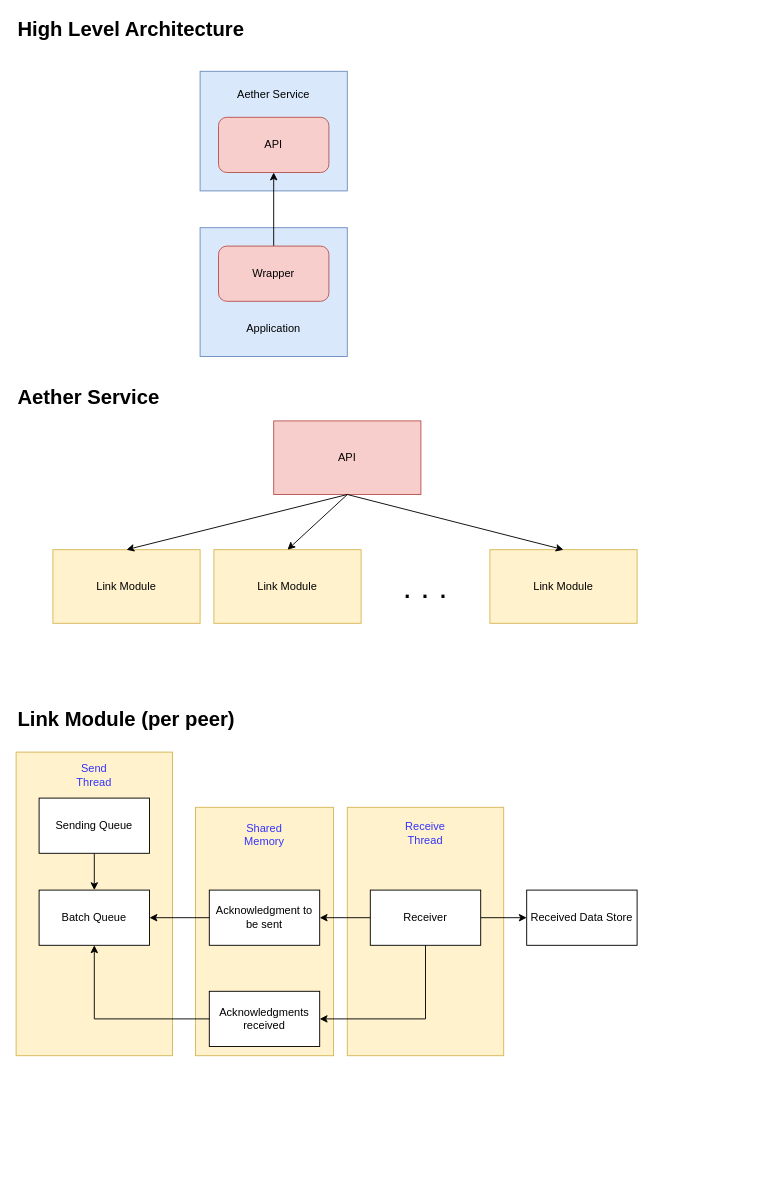
This is page "Architecture" (1 of 4) of Software-Architecture.drawio from Prototype-Aether/Prototype-Aether, a draw.io file, before an edit. Source tidied: cells renumbered, new cells numbered last; positions are measured from the earlier drawing's top-left corner, leaving out a move shared by most shapes. Both pictures are drawn from the tidied source at 92%, with x=0, y=0 at pixel (16, 16).
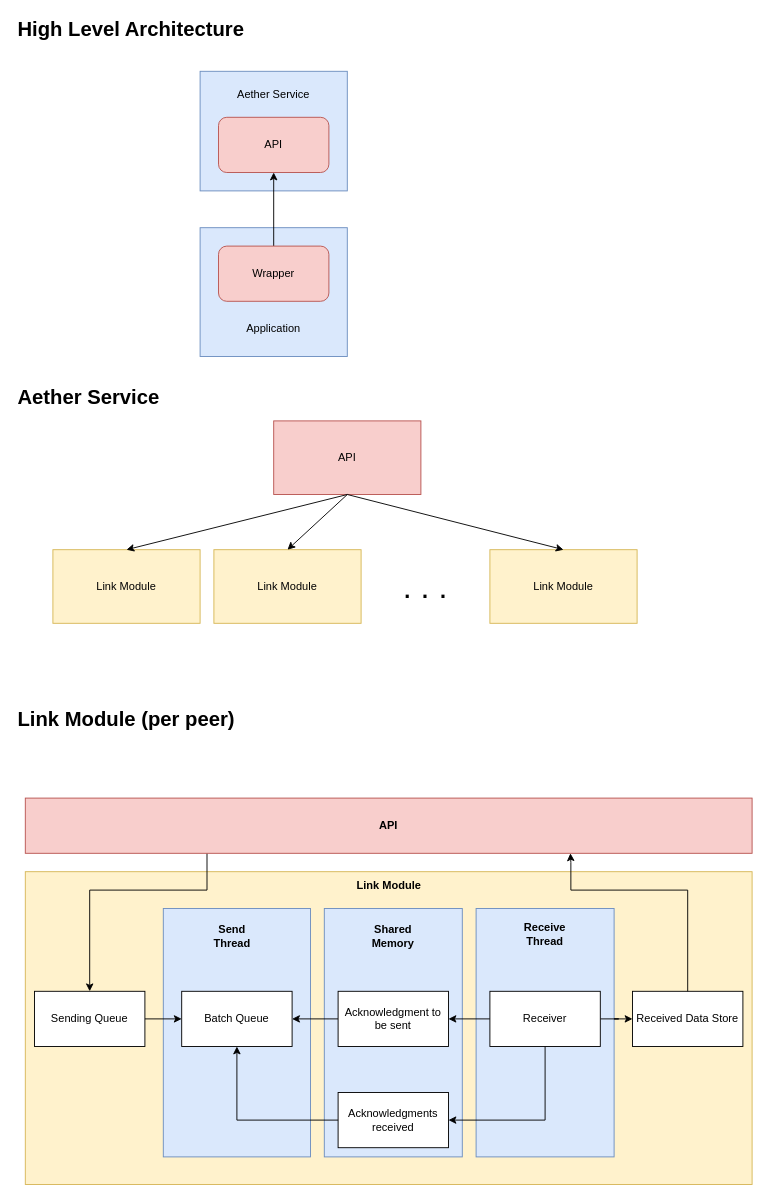
The same page after the edit.

Diff of the diagram source:
```diff
@@
+    <mxCell id="38" style="rounded=0;whiteSpace=wrap;html=1;fillColor=#fff2cc;strokeColor=#d6b656;" parent="1" vertex="1">
+      <mxGeometry x="10" y="930" width="790" height="340" as="geometry" />
+    </mxCell>
-    <mxCell id="2" style="rounded=0;whiteSpace=wrap;html=1;fontSize=12;align=left;fillColor=#fff2cc;strokeColor=#d6b656;" parent="1" vertex="1">
-      <mxGeometry x="195" y="860" width="150" height="270" as="geometry" />
+    <mxCell id="2" style="rounded=0;whiteSpace=wrap;html=1;fontSize=12;align=left;fillColor=#dae8fc;strokeColor=#6c8ebf;" parent="1" vertex="1">
+      <mxGeometry x="335" y="970" width="150" height="270" as="geometry" />
     </mxCell>
-    <mxCell id="3" style="rounded=0;whiteSpace=wrap;html=1;fontSize=12;align=left;fillColor=#fff2cc;strokeColor=#d6b656;" parent="1" vertex="1">
-      <mxGeometry x="360" y="860" width="170" height="270" as="geometry" />
+    <mxCell id="3" style="rounded=0;whiteSpace=wrap;html=1;fontSize=12;align=left;fillColor=#dae8fc;strokeColor=#6c8ebf;" parent="1" vertex="1">
+      <mxGeometry x="500" y="970" width="150" height="270" as="geometry" />
     </mxCell>
-    <mxCell id="4" value="Receive Thread" style="text;html=1;strokeColor=none;fillColor=none;align=center;verticalAlign=middle;whiteSpace=wrap;rounded=0;fontSize=12;fontColor=#3333FF;" parent="1" vertex="1">
-      <mxGeometry x="415" y="875" width="60" height="25" as="geometry" />
+    <mxCell id="4" value="Receive Thread" style="text;html=1;strokeColor=none;fillColor=none;align=center;verticalAlign=middle;whiteSpace=wrap;rounded=0;fontSize=12;fontColor=#000000;fontStyle=1;" parent="1" vertex="1">
+      <mxGeometry x="545" y="985" width="60" height="25" as="geometry" />
     </mxCell>
-    <mxCell id="5" style="rounded=0;whiteSpace=wrap;html=1;fontSize=12;align=left;fillColor=#fff2cc;strokeColor=#d6b656;" parent="1" vertex="1">
-      <mxGeometry y="800" width="170" height="330" as="geometry" />
+    <mxCell id="5" style="rounded=0;whiteSpace=wrap;html=1;fontSize=12;align=left;fillColor=#dae8fc;strokeColor=#6c8ebf;" parent="1" vertex="1">
+      <mxGeometry x="160" y="970" width="160" height="270" as="geometry" />
     </mxCell>
@@
-    <mxCell id="10" style="edgeStyle=orthogonalEdgeStyle;rounded=0;jettySize=auto;html=1;entryX=0.5;entryY=0;entryDx=0;entryDy=0;" parent="1" edge="1" source="11" target="12">
+    <mxCell id="10" style="edgeStyle=orthogonalEdgeStyle;rounded=0;jettySize=auto;html=1;entryX=0;entryY=0.5;entryDx=0;entryDy=0;" parent="1" edge="1" source="11" target="12">
       <mxGeometry relative="1" as="geometry" />
     </mxCell>
     <mxCell id="11" value="Sending Queue" style="rounded=0;whiteSpace=wrap;html=1;" parent="1" vertex="1">
-      <mxGeometry x="25" y="850" width="120" height="60" as="geometry" />
+      <mxGeometry x="20" y="1060" width="120" height="60" as="geometry" />
     </mxCell>
     <mxCell id="12" value="Batch Queue" style="rounded=0;whiteSpace=wrap;html=1;" parent="1" vertex="1">
-      <mxGeometry x="25" y="950" width="120" height="60" as="geometry" />
+      <mxGeometry x="180" y="1060" width="120" height="60" as="geometry" />
     </mxCell>
     <mxCell id="13" value="Acknowledgments received" style="rounded=0;whiteSpace=wrap;html=1;" parent="1" vertex="1">
-      <mxGeometry x="210" y="1060" width="120" height="60" as="geometry" />
+      <mxGeometry x="350" y="1170" width="120" height="60" as="geometry" />
     </mxCell>
@@
     <mxCell id="16" value="Receiver" style="rounded=0;whiteSpace=wrap;html=1;" parent="1" vertex="1">
-      <mxGeometry x="385" y="950" width="120" height="60" as="geometry" />
+      <mxGeometry x="515" y="1060" width="120" height="60" as="geometry" />
     </mxCell>
@@
     <mxCell id="18" value="Acknowledgment to be sent" style="rounded=0;whiteSpace=wrap;html=1;" parent="1" vertex="1">
-      <mxGeometry x="210" y="950" width="120" height="60" as="geometry" />
+      <mxGeometry x="350" y="1060" width="120" height="60" as="geometry" />
     </mxCell>
     <mxCell id="19" style="endArrow=classic;html=1;rounded=0;entryX=1;entryY=0.5;entryDx=0;entryDy=0;exitX=0.5;exitY=1;exitDx=0;exitDy=0;" parent="1" edge="1" source="16" target="13">
       <mxGeometry relative="1" as="geometry">
         <Array as="points">
-          <mxPoint x="445" y="1090" />
+          <mxPoint x="575" y="1200" />
         </Array>
       </mxGeometry>
     </mxCell>
     <mxCell id="20" style="endArrow=classic;html=1;rounded=0;entryX=0.5;entryY=1;entryDx=0;entryDy=0;exitX=0;exitY=0.5;exitDx=0;exitDy=0;" parent="1" edge="1" source="13" target="12">
       <mxGeometry relative="1" as="geometry">
         <Array as="points">
-          <mxPoint x="85" y="1090" />
+          <mxPoint x="240" y="1200" />
         </Array>
       </mxGeometry>
     </mxCell>
@@
     <mxCell id="22" value="Received Data Store" style="whiteSpace=wrap;html=1;rounded=0;" parent="1" vertex="1">
-      <mxGeometry x="555" y="950" width="120" height="60" as="geometry" />
+      <mxGeometry x="670" y="1060" width="120" height="60" as="geometry" />
     </mxCell>
-    <mxCell id="23" value="Send Thread" style="text;html=1;strokeColor=none;fillColor=none;align=center;verticalAlign=middle;whiteSpace=wrap;rounded=0;fontSize=12;fontColor=#3333FF;" parent="1" vertex="1">
-      <mxGeometry x="55" y="810" width="60" height="30" as="geometry" />
+    <mxCell id="23" value="Send Thread" style="text;html=1;strokeColor=none;fillColor=none;align=center;verticalAlign=middle;whiteSpace=wrap;rounded=0;fontSize=12;fontColor=#000000;fontStyle=1;" parent="1" vertex="1">
+      <mxGeometry x="205" y="985" width="60" height="30" as="geometry" />
     </mxCell>
-    <mxCell id="24" value="Shared Memory" style="text;html=1;strokeColor=none;fillColor=none;align=center;verticalAlign=middle;whiteSpace=wrap;rounded=0;fontSize=12;fontColor=#3333FF;" parent="1" vertex="1">
-      <mxGeometry x="240" y="875" width="60" height="30" as="geometry" />
+    <mxCell id="24" value="Shared Memory" style="text;html=1;strokeColor=none;fillColor=none;align=center;verticalAlign=middle;whiteSpace=wrap;rounded=0;fontSize=12;fontColor=#000000;fontStyle=1;" parent="1" vertex="1">
+      <mxGeometry x="380" y="985" width="60" height="30" as="geometry" />
     </mxCell>
@@
+    <mxCell id="39" style="edgeStyle=orthogonalEdgeStyle;rounded=0;jettySize=auto;html=1;entryX=0.5;entryY=0;entryDx=0;entryDy=0;exitX=0.25;exitY=1;exitDx=0;exitDy=0;" parent="1" edge="1" source="41" target="11">
+      <mxGeometry relative="1" as="geometry">
+        <Array as="points">
+          <mxPoint x="208" y="950" />
+          <mxPoint x="80" y="950" />
+        </Array>
+      </mxGeometry>
+    </mxCell>
+    <mxCell id="40" style="edgeStyle=orthogonalEdgeStyle;rounded=0;jettySize=auto;html=1;entryX=0.75;entryY=1;entryDx=0;entryDy=0;exitX=0.5;exitY=0;exitDx=0;exitDy=0;" parent="1" edge="1" source="22" target="41">
+      <mxGeometry relative="1" as="geometry">
+        <Array as="points">
+          <mxPoint x="730" y="950" />
+          <mxPoint x="603" y="950" />
+          <mxPoint x="603" y="920" />
+        </Array>
+      </mxGeometry>
+    </mxCell>
+    <mxCell id="41" value="API" style="rounded=0;whiteSpace=wrap;html=1;fillColor=#f8cecc;strokeColor=#b85450;fontStyle=1;" parent="1" vertex="1">
+      <mxGeometry x="10" y="850" width="790" height="60" as="geometry" />
+    </mxCell>
+    <mxCell id="42" value="Link Module" style="text;html=1;strokeColor=none;fillColor=none;align=center;verticalAlign=middle;whiteSpace=wrap;rounded=0;fontStyle=1;" parent="1" vertex="1">
+      <mxGeometry x="347.5" y="930" width="115" height="30" as="geometry" />
+    </mxCell>
```
